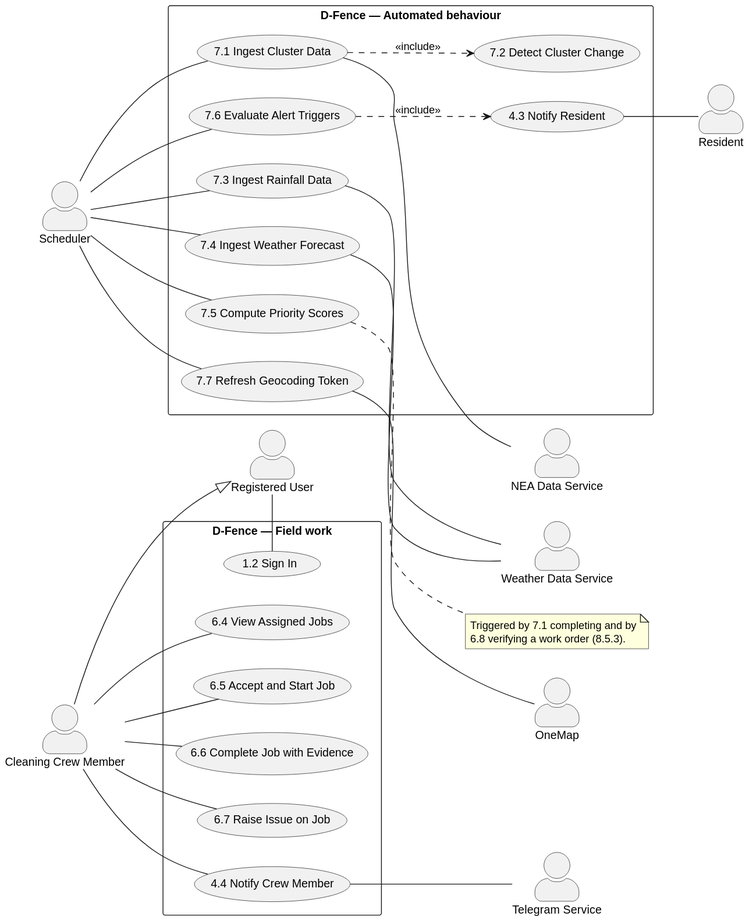
whyk47/D-Fence keeps this PlantUML diagram as lab2/D-Fence-Crew-and-System.svg. Above is the earlier version. Its diagram source:
```plantuml
@startuml
left to right direction
skinparam packageStyle rectangle
skinparam actorStyle awesome
skinparam shadowing false

actor "Registered User" as RU
actor "Cleaning Crew Member" as CCM
actor "Scheduler" as SCH
actor "NEA Data Service" as NEA
actor "Weather Data Service" as WX
actor "OneMap" as ONEMAP
actor "Resident" as RES
actor "Telegram Service" as TG

CCM --|> RU

rectangle "D-Fence — Field work" {
  usecase "1.2 Sign In" as UC12
  usecase "6.4 View Assigned Jobs" as UC64
  usecase "6.5 Accept and Start Job" as UC65
  usecase "6.6 Complete Job with Evidence" as UC66
  usecase "6.7 Raise Issue on Job" as UC67
  usecase "4.4 Notify Crew Member" as UC44
}

rectangle "D-Fence — Automated behaviour" {
  usecase "7.1 Ingest Cluster Data" as UC71
  usecase "7.2 Detect Cluster Change" as UC72
  usecase "7.3 Ingest Rainfall Data" as UC73
  usecase "7.4 Ingest Weather Forecast" as UC74
  usecase "7.5 Compute Priority Scores" as UC75
  usecase "7.6 Evaluate Alert Triggers" as UC76
  usecase "7.7 Refresh Geocoding Token" as UC77
  usecase "4.3 Notify Resident" as UC43
}

RU  -- UC12
CCM -- UC64
CCM -- UC65
CCM -- UC66
CCM -- UC67
UC44 -- CCM
UC44 -- TG

SCH -- UC71
SCH -- UC73
SCH -- UC74
SCH -- UC75
SCH -- UC76
SCH -- UC77

UC71 -- NEA
UC73 -- WX
UC74 -- WX
UC77 -- ONEMAP
UC43 -- RES

UC71 ..> UC72 : <<include>>
UC76 ..> UC43 : <<include>>

note right of UC75
  Triggered by 7.1 completing and by
  6.8 verifying a work order (8.5.3).
end note
@enduml
```
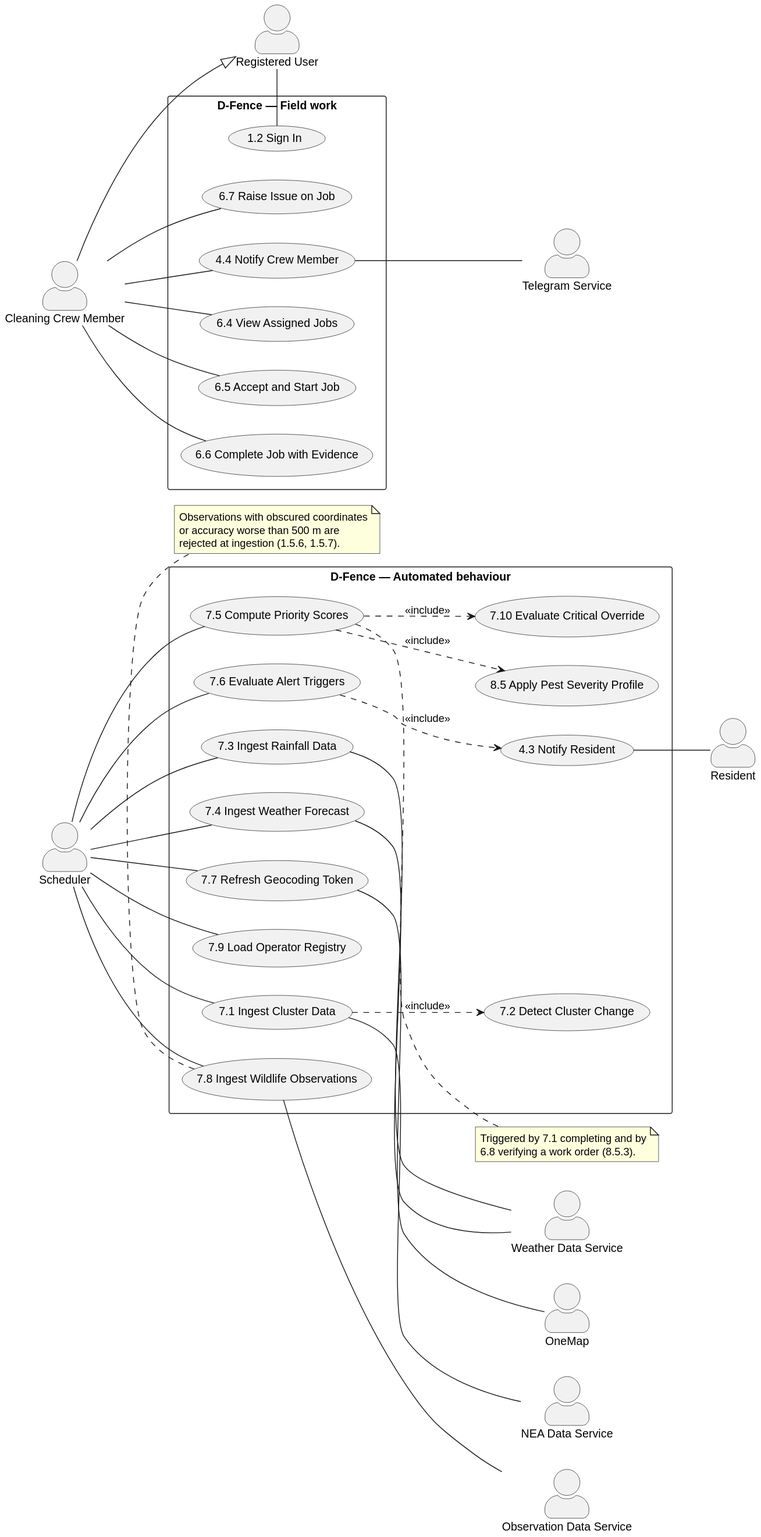
Above is the later version.

What changed in the source:
```diff
@@ -7,6 +7,7 @@
 actor "Registered User" as RU
 actor "Cleaning Crew Member" as CCM
 actor "Scheduler" as SCH
+actor "Observation Data Service" as INAT
 actor "NEA Data Service" as NEA
 actor "Weather Data Service" as WX
 actor "OneMap" as ONEMAP
@@ -32,6 +33,10 @@
   usecase "7.5 Compute Priority Scores" as UC75
   usecase "7.6 Evaluate Alert Triggers" as UC76
   usecase "7.7 Refresh Geocoding Token" as UC77
+  usecase "7.8 Ingest Wildlife Observations" as UC78
+  usecase "7.9 Load Operator Registry" as UC79
+  usecase "7.10 Evaluate Critical Override" as UC710
+  usecase "8.5 Apply Pest Severity Profile" as UC85
   usecase "4.3 Notify Resident" as UC43
 }
 
@@ -63,4 +68,16 @@
   Triggered by 7.1 completing and by
   6.8 verifying a work order (8.5.3).
 end note
+
+SCH -- UC78
+SCH -- UC79
+UC78 -- INAT
+UC75 ..> UC85 : <<include>>
+UC75 ..> UC710 : <<include>>
+
+note bottom of UC78
+  Observations with obscured coordinates
+  or accuracy worse than 500 m are
+  rejected at ingestion (1.5.6, 1.5.7).
+end note
 @enduml
```
